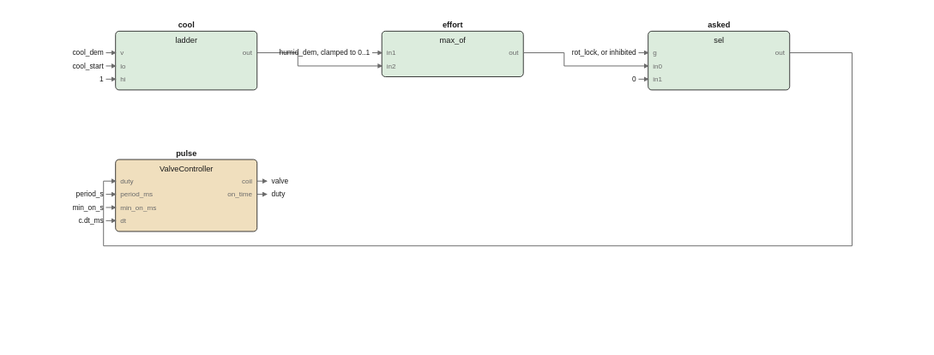
pstch/botanik2 keeps this draw.io diagram as images/logic/skirt_fbd.drawio.svg. Above is the earlier version. Source tidied: cells renumbered, new cells last; positions are measured from the earlier drawing's top-left corner, leaving out a move shared by most shapes.
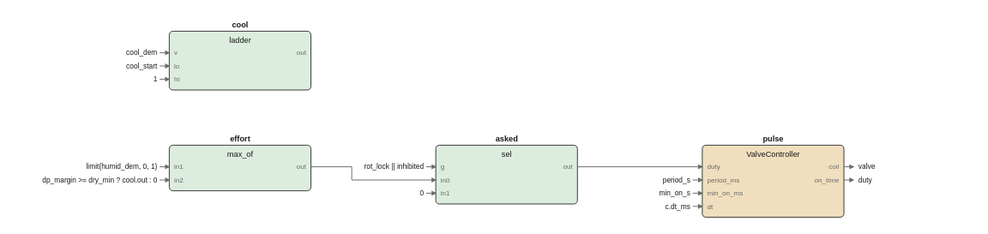
After the change.

What changed in the source:
```diff
@@ -3,222 +3,215 @@
     <mxCell id="0" />
     <mxCell id="1" parent="0" />
     <mxCell id="2" style="rounded=1;fillColor=#dcecdd;strokeColor=#1a1a1a;whiteSpace=wrap;html=1;fontSize=8;" parent="1" vertex="1">
-      <mxGeometry x="10" y="10" width="118" height="49" as="geometry" />
+      <mxGeometry x="55" y="10" width="118" height="49" as="geometry" />
     </mxCell>
     <mxCell id="3" value="cool" style="text;html=1;fontSize=6;fontColor=#1a1a1a;align=center;fontStyle=1;" parent="1" vertex="1">
-      <mxGeometry x="69" y="0.4" width="40" height="10.6" as="geometry" />
+      <mxGeometry x="114" y="0.4" width="40" height="10.6" as="geometry" />
     </mxCell>
     <mxCell id="4" value="ladder" style="text;html=1;fontSize=6;fontColor=#1a1a1a;align=center;" parent="1" vertex="1">
-      <mxGeometry x="69" y="13.4" width="40" height="10.6" as="geometry" />
+      <mxGeometry x="114" y="13.4" width="40" height="10.6" as="geometry" />
     </mxCell>
     <mxCell id="5" value="v" style="text;html=1;fontSize=5;fontColor=#6b6b6b;align=left;" parent="1" vertex="1">
-      <mxGeometry x="14" y="24.2" width="40" height="9.8" as="geometry" />
+      <mxGeometry x="59" y="24.2" width="40" height="9.8" as="geometry" />
     </mxCell>
     <mxCell id="6" value="lo" style="text;html=1;fontSize=5;fontColor=#6b6b6b;align=left;" parent="1" vertex="1">
-      <mxGeometry x="14" y="35.2" width="40" height="9.8" as="geometry" />
+      <mxGeometry x="59" y="35.2" width="40" height="9.8" as="geometry" />
     </mxCell>
     <mxCell id="7" value="hi" style="text;html=1;fontSize=5;fontColor=#6b6b6b;align=left;" parent="1" vertex="1">
-      <mxGeometry x="14" y="46.2" width="40" height="9.8" as="geometry" />
+      <mxGeometry x="59" y="46.2" width="40" height="9.8" as="geometry" />
     </mxCell>
     <mxCell id="8" value="out" style="text;html=1;fontSize=5;fontColor=#6b6b6b;align=left;" parent="1" vertex="1">
-      <mxGeometry x="124" y="24.2" width="40" height="9.8" as="geometry" />
+      <mxGeometry x="169" y="24.2" width="40" height="9.8" as="geometry" />
     </mxCell>
     <mxCell id="9" style="rounded=1;fillColor=#dcecdd;strokeColor=#1a1a1a;whiteSpace=wrap;html=1;fontSize=8;" parent="1" vertex="1">
-      <mxGeometry x="232" y="10" width="118" height="38" as="geometry" />
+      <mxGeometry x="55" y="105" width="118" height="38" as="geometry" />
     </mxCell>
     <mxCell id="10" value="effort" style="text;html=1;fontSize=6;fontColor=#1a1a1a;align=center;fontStyle=1;" parent="1" vertex="1">
-      <mxGeometry x="291" y="0.4" width="40" height="10.6" as="geometry" />
+      <mxGeometry x="114" y="95.4" width="40" height="10.6" as="geometry" />
     </mxCell>
     <mxCell id="11" value="max_of" style="text;html=1;fontSize=6;fontColor=#1a1a1a;align=center;" parent="1" vertex="1">
-      <mxGeometry x="291" y="13.4" width="40" height="10.6" as="geometry" />
+      <mxGeometry x="114" y="108.4" width="40" height="10.6" as="geometry" />
     </mxCell>
     <mxCell id="12" value="in1" style="text;html=1;fontSize=5;fontColor=#6b6b6b;align=left;" parent="1" vertex="1">
-      <mxGeometry x="236" y="24.2" width="40" height="9.8" as="geometry" />
+      <mxGeometry x="59" y="119.2" width="40" height="9.8" as="geometry" />
     </mxCell>
     <mxCell id="13" value="in2" style="text;html=1;fontSize=5;fontColor=#6b6b6b;align=left;" parent="1" vertex="1">
-      <mxGeometry x="236" y="35.2" width="40" height="9.8" as="geometry" />
+      <mxGeometry x="59" y="130.2" width="40" height="9.8" as="geometry" />
     </mxCell>
     <mxCell id="14" value="out" style="text;html=1;fontSize=5;fontColor=#6b6b6b;align=left;" parent="1" vertex="1">
-      <mxGeometry x="346" y="24.2" width="40" height="9.8" as="geometry" />
+      <mxGeometry x="169" y="119.2" width="40" height="9.8" as="geometry" />
     </mxCell>
     <mxCell id="15" style="rounded=1;fillColor=#dcecdd;strokeColor=#1a1a1a;whiteSpace=wrap;html=1;fontSize=8;" parent="1" vertex="1">
-      <mxGeometry x="454" y="10" width="118" height="49" as="geometry" />
+      <mxGeometry x="277" y="105" width="118" height="49" as="geometry" />
     </mxCell>
     <mxCell id="16" value="asked" style="text;html=1;fontSize=6;fontColor=#1a1a1a;align=center;fontStyle=1;" parent="1" vertex="1">
-      <mxGeometry x="513" y="0.4" width="40" height="10.6" as="geometry" />
+      <mxGeometry x="336" y="95.4" width="40" height="10.6" as="geometry" />
     </mxCell>
     <mxCell id="17" value="sel" style="text;html=1;fontSize=6;fontColor=#1a1a1a;align=center;" parent="1" vertex="1">
-      <mxGeometry x="513" y="13.4" width="40" height="10.6" as="geometry" />
+      <mxGeometry x="336" y="108.4" width="40" height="10.6" as="geometry" />
     </mxCell>
     <mxCell id="18" value="g" style="text;html=1;fontSize=5;fontColor=#6b6b6b;align=left;" parent="1" vertex="1">
-      <mxGeometry x="458" y="24.2" width="40" height="9.8" as="geometry" />
+      <mxGeometry x="281" y="119.2" width="40" height="9.8" as="geometry" />
     </mxCell>
     <mxCell id="19" value="in0" style="text;html=1;fontSize=5;fontColor=#6b6b6b;align=left;" parent="1" vertex="1">
-      <mxGeometry x="458" y="35.2" width="40" height="9.8" as="geometry" />
+      <mxGeometry x="281" y="130.2" width="40" height="9.8" as="geometry" />
     </mxCell>
     <mxCell id="20" value="in1" style="text;html=1;fontSize=5;fontColor=#6b6b6b;align=left;" parent="1" vertex="1">
-      <mxGeometry x="458" y="46.2" width="40" height="9.8" as="geometry" />
+      <mxGeometry x="281" y="141.2" width="40" height="9.8" as="geometry" />
     </mxCell>
     <mxCell id="21" value="out" style="text;html=1;fontSize=5;fontColor=#6b6b6b;align=left;" parent="1" vertex="1">
-      <mxGeometry x="568" y="24.2" width="40" height="9.8" as="geometry" />
+      <mxGeometry x="391" y="119.2" width="40" height="9.8" as="geometry" />
     </mxCell>
     <mxCell id="22" style="rounded=1;fillColor=#f0dfbe;strokeColor=#1a1a1a;whiteSpace=wrap;html=1;fontSize=8;" parent="1" vertex="1">
-      <mxGeometry x="10" y="117" width="118" height="60" as="geometry" />
+      <mxGeometry x="499" y="105" width="118" height="60" as="geometry" />
     </mxCell>
     <mxCell id="23" value="pulse" style="text;html=1;fontSize=6;fontColor=#1a1a1a;align=center;fontStyle=1;" parent="1" vertex="1">
-      <mxGeometry x="69" y="107.4" width="40" height="10.6" as="geometry" />
+      <mxGeometry x="558" y="95.4" width="40" height="10.6" as="geometry" />
     </mxCell>
     <mxCell id="24" value="ValveController" style="text;html=1;fontSize=6;fontColor=#1a1a1a;align=center;" parent="1" vertex="1">
-      <mxGeometry x="69" y="120.4" width="75" height="10.6" as="geometry" />
+      <mxGeometry x="558" y="108.4" width="75" height="10.6" as="geometry" />
     </mxCell>
     <mxCell id="25" value="duty" style="text;html=1;fontSize=5;fontColor=#6b6b6b;align=left;" parent="1" vertex="1">
-      <mxGeometry x="14" y="131.2" width="40" height="9.8" as="geometry" />
+      <mxGeometry x="503" y="119.2" width="40" height="9.8" as="geometry" />
     </mxCell>
     <mxCell id="26" value="period_ms" style="text;html=1;fontSize=5;fontColor=#6b6b6b;align=left;" parent="1" vertex="1">
-      <mxGeometry x="14" y="142.2" width="45" height="9.8" as="geometry" />
+      <mxGeometry x="503" y="130.2" width="45" height="9.8" as="geometry" />
     </mxCell>
     <mxCell id="27" value="min_on_ms" style="text;html=1;fontSize=5;fontColor=#6b6b6b;align=left;" parent="1" vertex="1">
-      <mxGeometry x="14" y="153.2" width="45" height="9.8" as="geometry" />
+      <mxGeometry x="503" y="141.2" width="45" height="9.8" as="geometry" />
     </mxCell>
     <mxCell id="28" value="dt" style="text;html=1;fontSize=5;fontColor=#6b6b6b;align=left;" parent="1" vertex="1">
-      <mxGeometry x="14" y="164.2" width="40" height="9.8" as="geometry" />
+      <mxGeometry x="503" y="152.2" width="40" height="9.8" as="geometry" />
     </mxCell>
     <mxCell id="29" value="coil" style="text;html=1;fontSize=5;fontColor=#6b6b6b;align=left;" parent="1" vertex="1">
-      <mxGeometry x="124" y="131.2" width="40" height="9.8" as="geometry" />
+      <mxGeometry x="613" y="119.2" width="40" height="9.8" as="geometry" />
     </mxCell>
     <mxCell id="30" value="on_time" style="text;html=1;fontSize=5;fontColor=#6b6b6b;align=left;" parent="1" vertex="1">
-      <mxGeometry x="124" y="142.2" width="40" height="9.8" as="geometry" />
+      <mxGeometry x="613" y="130.2" width="40" height="9.8" as="geometry" />
     </mxCell>
     <mxCell id="31" style="edgeStyle=none;html=1;strokeColor=#6b6b6b;endArrow=block;" parent="1" edge="1">
       <mxGeometry relative="1" as="geometry">
-        <mxPoint x="128" y="28" as="sourcePoint" />
-        <mxPoint x="232" y="39" as="targetPoint" />
+        <mxPoint x="173" y="123" as="sourcePoint" />
+        <mxPoint x="277" y="134" as="targetPoint" />
         <Array as="points">
-          <mxPoint x="162" y="28" />
-          <mxPoint x="162" y="39" />
+          <mxPoint x="207" y="123" />
+          <mxPoint x="207" y="134" />
         </Array>
       </mxGeometry>
     </mxCell>
     <mxCell id="32" style="edgeStyle=none;html=1;strokeColor=#6b6b6b;endArrow=block;" parent="1" edge="1">
       <mxGeometry relative="1" as="geometry">
-        <mxPoint x="350" y="28" as="sourcePoint" />
-        <mxPoint x="454" y="39" as="targetPoint" />
-        <Array as="points">
-          <mxPoint x="384" y="28" />
-          <mxPoint x="384" y="39" />
-        </Array>
+        <mxPoint x="395" y="123" as="sourcePoint" />
+        <mxPoint x="499" y="123" as="targetPoint" />
       </mxGeometry>
     </mxCell>
-    <mxCell id="33" style="edgeStyle=none;html=1;strokeColor=#6b6b6b;endArrow=block;" parent="1" edge="1">
-      <mxGeometry relative="1" as="geometry">
-        <mxPoint x="572" y="28" as="sourcePoint" />
-        <mxPoint x="10" y="135" as="targetPoint" />
-        <Array as="points">
-          <mxPoint x="624" y="28" />
-          <mxPoint x="624" y="189" />
-          <mxPoint y="189" />
-          <mxPoint y="135" />
-        </Array>
-      </mxGeometry>
-    </mxCell>
     <mxCell id="34" value="cool_dem" style="text;html=1;fontSize=6;fontColor=#1a1a1a;align=left;" parent="1" vertex="1">
-      <mxGeometry y="24" width="40" height="10" as="geometry" />
+      <mxGeometry x="45" y="24" width="40" height="10" as="geometry" />
     </mxCell>
-    <mxCell id="35" style="edgeStyle=none;html=1;strokeColor=#6b6b6b;endArrow=block;" parent="1" edge="1">
-      <mxGeometry relative="1" as="geometry">
-        <mxPoint x="2" y="28" as="sourcePoint" />
-        <mxPoint x="10" y="28" as="targetPoint" />
-      </mxGeometry>
-    </mxCell>
+    <mxCell id="56" style="edgeStyle=none;html=1;strokeColor=#6b6b6b;endArrow=block;" parent="1" edge="1">
+      <mxGeometry relative="1" as="geometry">
+        <mxPoint x="47" y="28" as="sourcePoint" />
+        <mxPoint x="55" y="28" as="targetPoint" />
+      </mxGeometry>
+    </mxCell>
     <mxCell id="36" value="cool_start" style="text;html=1;fontSize=6;fontColor=#1a1a1a;align=left;" parent="1" vertex="1">
-      <mxGeometry y="35" width="50" height="10" as="geometry" />
+      <mxGeometry x="45" y="35" width="50" height="10" as="geometry" />
     </mxCell>
-    <mxCell id="37" style="edgeStyle=none;html=1;strokeColor=#6b6b6b;endArrow=block;" parent="1" edge="1">
-      <mxGeometry relative="1" as="geometry">
-        <mxPoint x="2" y="39" as="sourcePoint" />
-        <mxPoint x="10" y="39" as="targetPoint" />
-      </mxGeometry>
-    </mxCell>
+    <mxCell id="57" style="edgeStyle=none;html=1;strokeColor=#6b6b6b;endArrow=block;" parent="1" edge="1">
+      <mxGeometry relative="1" as="geometry">
+        <mxPoint x="47" y="39" as="sourcePoint" />
+        <mxPoint x="55" y="39" as="targetPoint" />
+      </mxGeometry>
+    </mxCell>
     <mxCell id="38" value="1" style="text;html=1;fontSize=6;fontColor=#1a1a1a;align=left;" parent="1" vertex="1">
-      <mxGeometry y="46" width="40" height="10" as="geometry" />
+      <mxGeometry x="45" y="46" width="40" height="10" as="geometry" />
     </mxCell>
-    <mxCell id="39" style="edgeStyle=none;html=1;strokeColor=#6b6b6b;endArrow=block;" parent="1" edge="1">
-      <mxGeometry relative="1" as="geometry">
-        <mxPoint x="2" y="50" as="sourcePoint" />
-        <mxPoint x="10" y="50" as="targetPoint" />
-      </mxGeometry>
-    </mxCell>
-    <mxCell id="40" value="humid_dem, clamped to 0..1" style="text;html=1;fontSize=6;fontColor=#1a1a1a;align=left;" parent="1" vertex="1">
-      <mxGeometry x="222" y="24" width="130" height="10" as="geometry" />
-    </mxCell>
-    <mxCell id="41" style="edgeStyle=none;html=1;strokeColor=#6b6b6b;endArrow=block;" parent="1" edge="1">
-      <mxGeometry relative="1" as="geometry">
-        <mxPoint x="224" y="28" as="sourcePoint" />
-        <mxPoint x="232" y="28" as="targetPoint" />
-      </mxGeometry>
-    </mxCell>
-    <mxCell id="42" value="rot_lock, or inhibited" style="text;html=1;fontSize=6;fontColor=#1a1a1a;align=left;" parent="1" vertex="1">
-      <mxGeometry x="444" y="24" width="110" height="10" as="geometry" />
-    </mxCell>
-    <mxCell id="43" style="edgeStyle=none;html=1;strokeColor=#6b6b6b;endArrow=block;" parent="1" edge="1">
-      <mxGeometry relative="1" as="geometry">
-        <mxPoint x="446" y="28" as="sourcePoint" />
-        <mxPoint x="454" y="28" as="targetPoint" />
-      </mxGeometry>
-    </mxCell>
+    <mxCell id="58" style="edgeStyle=none;html=1;strokeColor=#6b6b6b;endArrow=block;" parent="1" edge="1">
+      <mxGeometry relative="1" as="geometry">
+        <mxPoint x="47" y="50" as="sourcePoint" />
+        <mxPoint x="55" y="50" as="targetPoint" />
+      </mxGeometry>
+    </mxCell>
+    <mxCell id="59" value="limit(humid_dem, 0, 1)" style="text;html=1;fontSize=6;fontColor=#1a1a1a;align=left;" parent="1" vertex="1">
+      <mxGeometry x="45" y="119" width="110" height="10" as="geometry" />
+    </mxCell>
+    <mxCell id="60" style="edgeStyle=none;html=1;strokeColor=#6b6b6b;endArrow=block;" parent="1" edge="1">
+      <mxGeometry relative="1" as="geometry">
+        <mxPoint x="47" y="123" as="sourcePoint" />
+        <mxPoint x="55" y="123" as="targetPoint" />
+      </mxGeometry>
+    </mxCell>
+    <mxCell id="61" value="dp_margin &gt;= dry_min ? cool.out : 0" style="text;html=1;fontSize=6;fontColor=#1a1a1a;align=left;" parent="1" vertex="1">
+      <mxGeometry x="45" y="130" width="175" height="10" as="geometry" />
+    </mxCell>
+    <mxCell id="62" style="edgeStyle=none;html=1;strokeColor=#6b6b6b;endArrow=block;" parent="1" edge="1">
+      <mxGeometry relative="1" as="geometry">
+        <mxPoint x="47" y="134" as="sourcePoint" />
+        <mxPoint x="55" y="134" as="targetPoint" />
+      </mxGeometry>
+    </mxCell>
+    <mxCell id="63" value="rot_lock || inhibited" style="text;html=1;fontSize=6;fontColor=#1a1a1a;align=left;" parent="1" vertex="1">
+      <mxGeometry x="267" y="119" width="105" height="10" as="geometry" />
+    </mxCell>
+    <mxCell id="64" style="edgeStyle=none;html=1;strokeColor=#6b6b6b;endArrow=block;" parent="1" edge="1">
+      <mxGeometry relative="1" as="geometry">
+        <mxPoint x="269" y="123" as="sourcePoint" />
+        <mxPoint x="277" y="123" as="targetPoint" />
+      </mxGeometry>
+    </mxCell>
     <mxCell id="44" value="0" style="text;html=1;fontSize=6;fontColor=#1a1a1a;align=left;" parent="1" vertex="1">
-      <mxGeometry x="444" y="46" width="40" height="10" as="geometry" />
+      <mxGeometry x="267" y="141" width="40" height="10" as="geometry" />
     </mxCell>
-    <mxCell id="45" style="edgeStyle=none;html=1;strokeColor=#6b6b6b;endArrow=block;" parent="1" edge="1">
-      <mxGeometry relative="1" as="geometry">
-        <mxPoint x="446" y="50" as="sourcePoint" />
-        <mxPoint x="454" y="50" as="targetPoint" />
-      </mxGeometry>
-    </mxCell>
+    <mxCell id="65" style="edgeStyle=none;html=1;strokeColor=#6b6b6b;endArrow=block;" parent="1" edge="1">
+      <mxGeometry relative="1" as="geometry">
+        <mxPoint x="269" y="145" as="sourcePoint" />
+        <mxPoint x="277" y="145" as="targetPoint" />
+      </mxGeometry>
+    </mxCell>
     <mxCell id="46" value="period_s" style="text;html=1;fontSize=6;fontColor=#1a1a1a;align=left;" parent="1" vertex="1">
-      <mxGeometry y="142" width="40" height="10" as="geometry" />
+      <mxGeometry x="489" y="130" width="40" height="10" as="geometry" />
     </mxCell>
-    <mxCell id="47" style="edgeStyle=none;html=1;strokeColor=#6b6b6b;endArrow=block;" parent="1" edge="1">
-      <mxGeometry relative="1" as="geometry">
-        <mxPoint x="2" y="146" as="sourcePoint" />
-        <mxPoint x="10" y="146" as="targetPoint" />
-      </mxGeometry>
-    </mxCell>
+    <mxCell id="66" style="edgeStyle=none;html=1;strokeColor=#6b6b6b;endArrow=block;" parent="1" edge="1">
+      <mxGeometry relative="1" as="geometry">
+        <mxPoint x="491" y="134" as="sourcePoint" />
+        <mxPoint x="499" y="134" as="targetPoint" />
+      </mxGeometry>
+    </mxCell>
     <mxCell id="48" value="min_on_s" style="text;html=1;fontSize=6;fontColor=#1a1a1a;align=left;" parent="1" vertex="1">
-      <mxGeometry y="153" width="40" height="10" as="geometry" />
+      <mxGeometry x="489" y="141" width="40" height="10" as="geometry" />
     </mxCell>
-    <mxCell id="49" style="edgeStyle=none;html=1;strokeColor=#6b6b6b;endArrow=block;" parent="1" edge="1">
-      <mxGeometry relative="1" as="geometry">
-        <mxPoint x="2" y="157" as="sourcePoint" />
-        <mxPoint x="10" y="157" as="targetPoint" />
-      </mxGeometry>
-    </mxCell>
+    <mxCell id="67" style="edgeStyle=none;html=1;strokeColor=#6b6b6b;endArrow=block;" parent="1" edge="1">
+      <mxGeometry relative="1" as="geometry">
+        <mxPoint x="491" y="145" as="sourcePoint" />
+        <mxPoint x="499" y="145" as="targetPoint" />
+      </mxGeometry>
+    </mxCell>
     <mxCell id="50" value="c.dt_ms" style="text;html=1;fontSize=6;fontColor=#1a1a1a;align=left;" parent="1" vertex="1">
-      <mxGeometry y="164" width="40" height="10" as="geometry" />
+      <mxGeometry x="489" y="152" width="40" height="10" as="geometry" />
     </mxCell>
-    <mxCell id="51" style="edgeStyle=none;html=1;strokeColor=#6b6b6b;endArrow=block;" parent="1" edge="1">
-      <mxGeometry relative="1" as="geometry">
-        <mxPoint x="2" y="168" as="sourcePoint" />
-        <mxPoint x="10" y="168" as="targetPoint" />
-      </mxGeometry>
-    </mxCell>
     <mxCell id="52" style="edgeStyle=none;html=1;strokeColor=#6b6b6b;endArrow=block;" parent="1" edge="1">
       <mxGeometry relative="1" as="geometry">
-        <mxPoint x="128" y="135" as="sourcePoint" />
-        <mxPoint x="136" y="135" as="targetPoint" />
+        <mxPoint x="491" y="156" as="sourcePoint" />
+        <mxPoint x="499" y="156" as="targetPoint" />
       </mxGeometry>
     </mxCell>
+    <mxCell id="68" style="edgeStyle=none;html=1;strokeColor=#6b6b6b;endArrow=block;" parent="1" edge="1">
+      <mxGeometry relative="1" as="geometry">
+        <mxPoint x="617" y="123" as="sourcePoint" />
+        <mxPoint x="625" y="123" as="targetPoint" />
+      </mxGeometry>
+    </mxCell>
     <mxCell id="53" value="valve" style="text;html=1;fontSize=6;fontColor=#1a1a1a;align=left;" parent="1" vertex="1">
-      <mxGeometry x="140" y="131" width="40" height="10" as="geometry" />
+      <mxGeometry x="629" y="119" width="40" height="10" as="geometry" />
     </mxCell>
-    <mxCell id="54" style="edgeStyle=none;html=1;strokeColor=#6b6b6b;endArrow=block;" parent="1" edge="1">
-      <mxGeometry relative="1" as="geometry">
-        <mxPoint x="128" y="146" as="sourcePoint" />
-        <mxPoint x="136" y="146" as="targetPoint" />
-      </mxGeometry>
-    </mxCell>
+    <mxCell id="69" style="edgeStyle=none;html=1;strokeColor=#6b6b6b;endArrow=block;" parent="1" edge="1">
+      <mxGeometry relative="1" as="geometry">
+        <mxPoint x="617" y="134" as="sourcePoint" />
+        <mxPoint x="625" y="134" as="targetPoint" />
+      </mxGeometry>
+    </mxCell>
     <mxCell id="55" value="duty" style="text;html=1;fontSize=6;fontColor=#1a1a1a;align=left;" parent="1" vertex="1">
-      <mxGeometry x="140" y="142" width="40" height="10" as="geometry" />
+      <mxGeometry x="629" y="130" width="40" height="10" as="geometry" />
     </mxCell>
   </root>
 </mxGraphModel>
```
